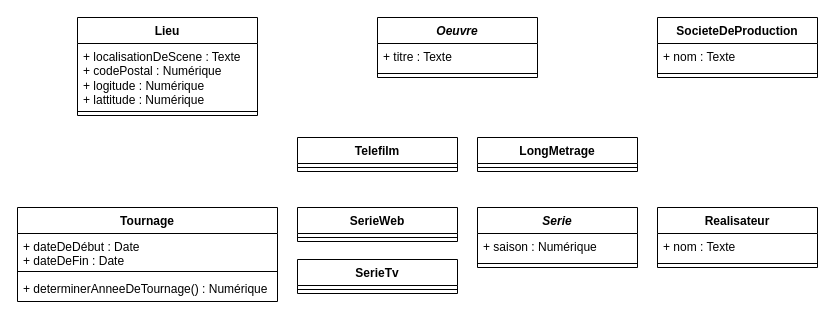
CodeStarter40/diagram_cours keeps this draw.io diagram as Diagram_cours_testing.drawio. Above is the earlier version. Source tidied: cells renumbered, new cells numbered last; positions are measured from the earlier drawing's top-left corner, leaving out a move shared by most shapes. Both pictures are drawn from the tidied source at 100%, with x=0, y=0 at pixel (17, 17).
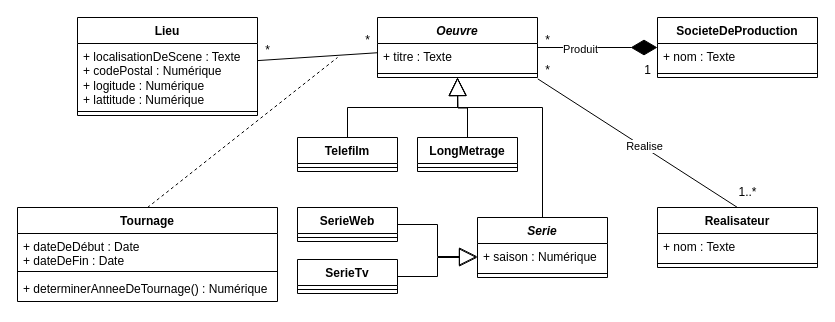
Above is the later version.

Commit message:
Mettre à jour Diagram_cours_testing.drawio

Unchanged cells that the change refers to:
```xml
<mxCell id="2" value="&lt;i&gt;Oeuvre&lt;/i&gt;" style="swimlane;fontStyle=1;align=center;verticalAlign=top;horizontal=1;startSize=26;whiteSpace=wrap;html=1;" parent="1" vertex="1">
  <mxGeometry x="360" width="160" height="60" as="geometry" />
</mxCell>
<mxCell id="5" value="Lieu" style="swimlane;fontStyle=1;align=center;verticalAlign=top;horizontal=1;startSize=26;whiteSpace=wrap;html=1;" parent="1" vertex="1">
  <mxGeometry x="60" width="180" height="98" as="geometry" />
</mxCell>
<mxCell id="8" value="SocieteDeProduction" style="swimlane;fontStyle=1;align=center;verticalAlign=top;horizontal=1;startSize=26;whiteSpace=wrap;html=1;" parent="1" vertex="1">
  <mxGeometry x="640" width="160" height="60" as="geometry" />
</mxCell>
<mxCell id="11" value="Realisateur" style="swimlane;fontStyle=1;align=center;verticalAlign=top;horizontal=1;startSize=26;whiteSpace=wrap;html=1;" parent="1" vertex="1">
  <mxGeometry x="640" y="190" width="160" height="60" as="geometry" />
</mxCell>
<mxCell id="14" value="Tournage" style="swimlane;fontStyle=1;align=center;verticalAlign=top;horizontal=1;startSize=26;whiteSpace=wrap;html=1;" parent="1" vertex="1">
  <mxGeometry y="190" width="260" height="94" as="geometry" />
</mxCell>
```

What changed in the source:
```diff
@@
     <mxCell id="18" value="SerieWeb" style="swimlane;fontStyle=1;align=center;verticalAlign=top;horizontal=1;startSize=26;whiteSpace=wrap;html=1;" parent="1" vertex="1">
-      <mxGeometry x="280" y="190" width="160" height="34" as="geometry" />
+      <mxGeometry x="280" y="190" width="100" height="34" as="geometry" />
     </mxCell>
     <mxCell id="19" style="line;strokeWidth=1;fillColor=none;align=left;verticalAlign=middle;spacingTop=-1;spacingLeft=3;spacingRight=3;labelPosition=right;strokeColor=inherit;" parent="18" vertex="1">
-      <mxGeometry y="26" width="160" height="8" as="geometry" />
+      <mxGeometry y="26" width="100" height="8" as="geometry" />
     </mxCell>
     <mxCell id="20" value="SerieTv" style="swimlane;fontStyle=1;align=center;verticalAlign=top;horizontal=1;startSize=26;whiteSpace=wrap;html=1;" parent="1" vertex="1">
-      <mxGeometry x="280" y="242" width="160" height="34" as="geometry" />
+      <mxGeometry x="280" y="242" width="100" height="34" as="geometry" />
     </mxCell>
     <mxCell id="21" style="line;strokeWidth=1;fillColor=none;align=left;verticalAlign=middle;spacingTop=-1;spacingLeft=3;spacingRight=3;labelPosition=right;strokeColor=inherit;" parent="20" vertex="1">
-      <mxGeometry y="26" width="160" height="8" as="geometry" />
+      <mxGeometry y="26" width="100" height="8" as="geometry" />
     </mxCell>
     <mxCell id="22" value="Telefilm" style="swimlane;fontStyle=1;align=center;verticalAlign=top;horizontal=1;startSize=26;whiteSpace=wrap;html=1;" parent="1" vertex="1">
-      <mxGeometry x="280" y="120" width="160" height="34" as="geometry" />
+      <mxGeometry x="280" y="120" width="100" height="34" as="geometry" />
     </mxCell>
     <mxCell id="23" style="line;strokeWidth=1;fillColor=none;align=left;verticalAlign=middle;spacingTop=-1;spacingLeft=3;spacingRight=3;labelPosition=right;strokeColor=inherit;" parent="22" vertex="1">
-      <mxGeometry y="26" width="160" height="8" as="geometry" />
+      <mxGeometry y="26" width="100" height="8" as="geometry" />
     </mxCell>
     <mxCell id="24" value="LongMetrage" style="swimlane;fontStyle=1;align=center;verticalAlign=top;horizontal=1;startSize=26;whiteSpace=wrap;html=1;" parent="1" vertex="1">
-      <mxGeometry x="460" y="120" width="160" height="34" as="geometry" />
+      <mxGeometry x="400" y="120" width="100" height="34" as="geometry" />
     </mxCell>
     <mxCell id="25" style="line;strokeWidth=1;fillColor=none;align=left;verticalAlign=middle;spacingTop=-1;spacingLeft=3;spacingRight=3;labelPosition=right;strokeColor=inherit;" parent="24" vertex="1">
-      <mxGeometry y="26" width="160" height="8" as="geometry" />
+      <mxGeometry y="26" width="100" height="8" as="geometry" />
     </mxCell>
     <mxCell id="26" value="&lt;i&gt;Serie&lt;/i&gt;" style="swimlane;fontStyle=1;align=center;verticalAlign=top;horizontal=1;startSize=26;whiteSpace=wrap;html=1;" parent="1" vertex="1">
-      <mxGeometry x="460" y="190" width="160" height="60" as="geometry" />
+      <mxGeometry x="460" y="200" width="130" height="60" as="geometry" />
     </mxCell>
     <mxCell id="27" value="+ saison : Numérique" style="text;strokeColor=none;fillColor=none;align=left;verticalAlign=top;spacingLeft=4;spacingRight=4;overflow=hidden;points=[[0,0.5],[1,0.5]];portConstraint=eastwest;whiteSpace=wrap;html=1;" parent="26" vertex="1">
-      <mxGeometry y="26" width="160" height="26" as="geometry" />
+      <mxGeometry y="26" width="130" height="26" as="geometry" />
     </mxCell>
     <mxCell id="28" style="line;strokeWidth=1;fillColor=none;align=left;verticalAlign=middle;spacingTop=-1;spacingLeft=3;spacingRight=3;labelPosition=right;strokeColor=inherit;" parent="26" vertex="1">
-      <mxGeometry y="52" width="160" height="8" as="geometry" />
+      <mxGeometry y="52" width="130" height="8" as="geometry" />
     </mxCell>
+    <mxCell id="29" style="endArrow=block;endSize=16;endFill=0;html=1;rounded=0;entryX=0.5;entryY=1;entryDx=0;entryDy=0;exitX=0.5;exitY=0;exitDx=0;exitDy=0;edgeStyle=orthogonalEdgeStyle;" parent="1" edge="1" source="22" target="2">
+      <mxGeometry relative="1" as="geometry" />
+    </mxCell>
+    <mxCell id="30" style="endArrow=block;endSize=16;endFill=0;html=1;rounded=0;edgeStyle=orthogonalEdgeStyle;exitX=0.5;exitY=0;exitDx=0;exitDy=0;" parent="1" edge="1" source="24">
+      <mxGeometry relative="1" as="geometry">
+        <mxPoint x="440" y="60" as="targetPoint" />
+      </mxGeometry>
+    </mxCell>
+    <mxCell id="31" style="endArrow=block;endSize=16;endFill=0;html=1;rounded=0;exitX=0.5;exitY=0;exitDx=0;exitDy=0;edgeStyle=orthogonalEdgeStyle;" parent="1" edge="1" source="26" target="2">
+      <mxGeometry relative="1" as="geometry">
+        <Array as="points">
+          <mxPoint x="525" y="90" />
+          <mxPoint x="440" y="90" />
+        </Array>
+      </mxGeometry>
+    </mxCell>
+    <mxCell id="32" style="endArrow=block;endSize=16;endFill=0;html=1;rounded=0;entryX=0;entryY=0.5;entryDx=0;entryDy=0;exitX=1;exitY=0.5;exitDx=0;exitDy=0;edgeStyle=orthogonalEdgeStyle;" parent="1" edge="1" source="18" target="27">
+      <mxGeometry relative="1" as="geometry" />
+    </mxCell>
+    <mxCell id="33" style="endArrow=block;endSize=16;endFill=0;html=1;rounded=0;exitX=1;exitY=0.5;exitDx=0;exitDy=0;edgeStyle=orthogonalEdgeStyle;" parent="1" edge="1" source="20">
+      <mxGeometry relative="1" as="geometry">
+        <mxPoint x="460" y="240" as="targetPoint" />
+        <Array as="points">
+          <mxPoint x="420" y="259" />
+          <mxPoint x="420" y="240" />
+        </Array>
+      </mxGeometry>
+    </mxCell>
+    <mxCell id="34" style="endArrow=diamondThin;endFill=1;endSize=24;html=1;rounded=0;" parent="1" edge="1" source="2" target="8">
+      <mxGeometry relative="1" as="geometry" />
+    </mxCell>
+    <mxCell id="35" value="Produit" style="edgeLabel;html=1;align=center;verticalAlign=middle;" parent="34" vertex="1">
+      <mxGeometry x="-0.3" y="-1" relative="1" as="geometry" />
+    </mxCell>
+    <mxCell id="36" value="*" style="text;html=1;align=center;verticalAlign=middle;strokeColor=none;fillColor=none;" parent="1" vertex="1">
+      <mxGeometry x="515" y="8" width="30" height="30" as="geometry" />
+    </mxCell>
+    <mxCell id="37" style="endArrow=none;html=1;rounded=0;" parent="1" edge="1" source="5" target="2">
+      <mxGeometry relative="1" as="geometry" />
+    </mxCell>
+    <mxCell id="38" style="endArrow=none;html=1;rounded=0;entryX=0.5;entryY=0;entryDx=0;entryDy=0;exitX=1.002;exitY=0.361;exitDx=0;exitDy=0;exitPerimeter=0;" parent="1" edge="1" target="11">
+      <mxGeometry relative="1" as="geometry">
+        <mxPoint x="520.3" y="61.4" as="sourcePoint" />
+      </mxGeometry>
+    </mxCell>
+    <mxCell id="39" value="Realise" style="edgeLabel;html=1;align=center;verticalAlign=middle;" parent="38" vertex="1">
+      <mxGeometry x="0.06" y="1" relative="1" as="geometry" />
+    </mxCell>
+    <mxCell id="40" value="*" style="text;html=1;align=center;verticalAlign=middle;strokeColor=none;fillColor=none;" parent="1" vertex="1">
+      <mxGeometry x="235" y="18" width="30" height="30" as="geometry" />
+    </mxCell>
+    <mxCell id="41" value="*" style="text;html=1;align=center;verticalAlign=middle;strokeColor=none;fillColor=none;" parent="1" vertex="1">
+      <mxGeometry x="335" y="8" width="30" height="30" as="geometry" />
+    </mxCell>
+    <mxCell id="42" style="endArrow=none;dashed=1;html=1;rounded=0;exitX=0.5;exitY=0;exitDx=0;exitDy=0;" parent="1" edge="1" source="14">
+      <mxGeometry relative="1" as="geometry">
+        <mxPoint x="320" y="40" as="targetPoint" />
+      </mxGeometry>
+    </mxCell>
+    <mxCell id="43" value="1" style="text;html=1;align=center;verticalAlign=middle;strokeColor=none;fillColor=none;" parent="1" vertex="1">
+      <mxGeometry x="615" y="38" width="30" height="30" as="geometry" />
+    </mxCell>
+    <mxCell id="44" value="*" style="text;html=1;align=center;verticalAlign=middle;strokeColor=none;fillColor=none;" parent="1" vertex="1">
+      <mxGeometry x="515" y="38" width="30" height="30" as="geometry" />
+    </mxCell>
+    <mxCell id="45" value="1..*" style="text;html=1;align=center;verticalAlign=middle;strokeColor=none;fillColor=none;" parent="1" vertex="1">
+      <mxGeometry x="710" y="160" width="40" height="30" as="geometry" />
+    </mxCell>
```
